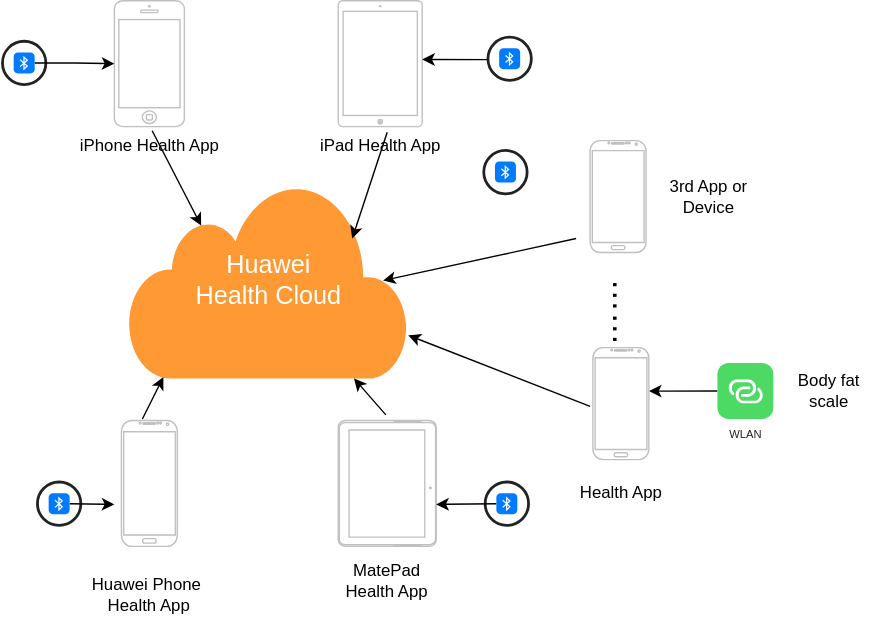
Earlier version of the draw.io export 运动健康云0层架构.drawio.svg (HuaHero/JavaGuide). Source tidied: cells renumbered, new cells last; positions are measured from the earlier drawing's top-left corner, leaving out a move shared by most shapes.
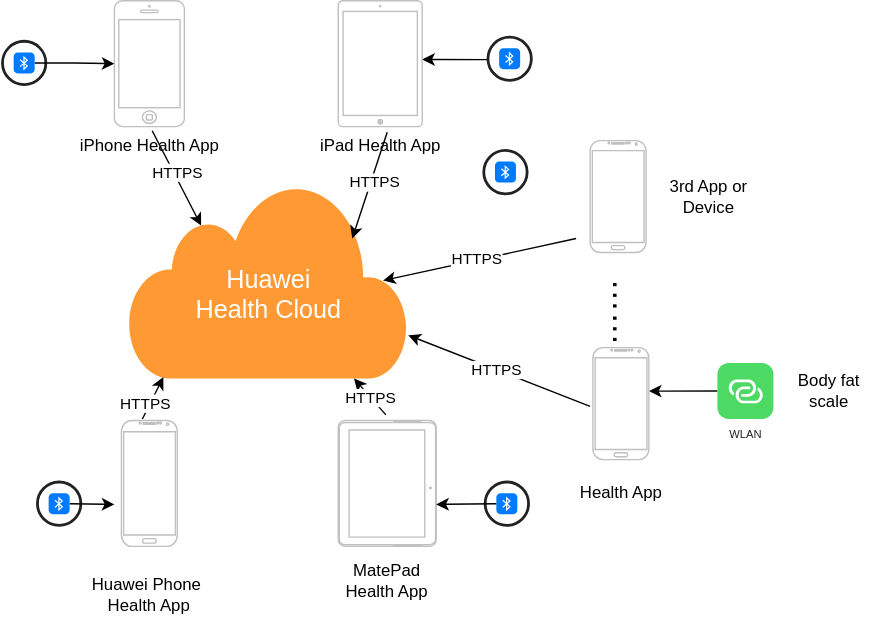
The same diagram one commit later.

Commit message:
更新运动健康云0层架构.drawio.svg

What changed in the source:
```diff
@@ -20,7 +20,7 @@
     <mxCell id="7" value="MatePad &lt;br&gt;Health App" style="text;html=1;strokeColor=none;fillColor=none;align=center;verticalAlign=middle;whiteSpace=wrap;rounded=0;" parent="1" vertex="1">
       <mxGeometry x="230" y="400" width="90" height="30" as="geometry" />
     </mxCell>
-    <mxCell id="8" value="&lt;font style=&quot;font-size: 18px;&quot;&gt;Huawei &lt;br&gt;Health Cloud&lt;/font&gt;" style="html=1;outlineConnect=0;fillColor=#FF9933;strokeColor=none;gradientColor=none;gradientDirection=north;strokeWidth=1;shape=mxgraph.networks.cloud;fontColor=#ffffff;" parent="1" vertex="1">
+    <mxCell id="8" value="&lt;font style=&quot;font-size: 18px;&quot;&gt;&lt;br&gt;Huawei &lt;br&gt;Health Cloud&lt;/font&gt;" style="html=1;outlineConnect=0;fillColor=#FF9933;strokeColor=none;gradientColor=none;gradientDirection=north;strokeWidth=1;shape=mxgraph.networks.cloud;fontColor=#ffffff;" parent="1" vertex="1">
       <mxGeometry x="90" y="130" width="200" height="140" as="geometry" />
     </mxCell>
     <mxCell id="9" style="endArrow=classic;html=1;rounded=0;entryX=0.91;entryY=0.5;entryDx=0;entryDy=0;entryPerimeter=0;" parent="1" edge="1" target="8">
@@ -28,18 +28,36 @@
         <mxPoint x="410" y="170" as="sourcePoint" />
       </mxGeometry>
     </mxCell>
+    <mxCell id="37" value="HTTPS" style="edgeLabel;html=1;align=center;verticalAlign=middle;" parent="9" vertex="1">
+      <mxGeometry x="0.03" relative="1" as="geometry">
+        <mxPoint y="-1" as="offset" />
+      </mxGeometry>
+    </mxCell>
     <mxCell id="10" style="endArrow=classic;html=1;rounded=0;entryX=0.26;entryY=0.22;entryDx=0;entryDy=0;entryPerimeter=0;exitX=0.54;exitY=1.033;exitDx=0;exitDy=0;exitPerimeter=0;" parent="1" edge="1" source="2" target="8">
       <mxGeometry relative="1" as="geometry" />
     </mxCell>
+    <mxCell id="38" value="HTTPS" style="edgeLabel;html=1;align=center;verticalAlign=middle;" parent="10" vertex="1">
+      <mxGeometry x="-0.1" y="1" relative="1" as="geometry">
+        <mxPoint x="1" as="offset" />
+      </mxGeometry>
+    </mxCell>
     <mxCell id="11" style="endArrow=classic;html=1;rounded=0;" parent="1" edge="1">
       <mxGeometry relative="1" as="geometry">
         <mxPoint x="100" y="299" as="sourcePoint" />
         <mxPoint x="115" y="269" as="targetPoint" />
       </mxGeometry>
     </mxCell>
+    <mxCell id="39" value="HTTPS" style="edgeLabel;html=1;align=center;verticalAlign=middle;" parent="11" vertex="1">
+      <mxGeometry x="-0.31" y="4" relative="1" as="geometry">
+        <mxPoint y="1" as="offset" />
+      </mxGeometry>
+    </mxCell>
     <mxCell id="12" style="endArrow=classic;html=1;rounded=0;exitX=0.486;exitY=-0.044;exitDx=0;exitDy=0;exitPerimeter=0;" parent="1" edge="1" source="6" target="8">
       <mxGeometry relative="1" as="geometry" />
     </mxCell>
+    <mxCell id="40" value="HTTPS" style="edgeLabel;html=1;align=center;verticalAlign=middle;" parent="12" vertex="1">
+      <mxGeometry x="-0.02" y="1" relative="1" as="geometry" />
+    </mxCell>
     <mxCell id="13" style="verticalLabelPosition=bottom;verticalAlign=top;html=1;shadow=0;dashed=0;strokeWidth=1;shape=mxgraph.android.phone2;strokeColor=#c0c0c0;" parent="1" vertex="1">
       <mxGeometry x="420" y="100" width="40" height="80" as="geometry" />
     </mxCell>
@@ -51,6 +69,9 @@
         <mxPoint x="420" y="290" as="sourcePoint" />
       </mxGeometry>
     </mxCell>
+    <mxCell id="41" value="HTTPS" style="edgeLabel;html=1;align=center;verticalAlign=middle;" parent="15" vertex="1">
+      <mxGeometry x="0.03" relative="1" as="geometry" />
+    </mxCell>
     <mxCell id="16" value="3rd App or Device" style="text;html=1;strokeColor=none;fillColor=none;align=center;verticalAlign=middle;whiteSpace=wrap;rounded=0;" parent="1" vertex="1">
       <mxGeometry x="475" y="125" width="60" height="30" as="geometry" />
     </mxCell>
@@ -62,6 +83,9 @@
         <mxPoint x="250" y="170" as="targetPoint" />
       </mxGeometry>
     </mxCell>
+    <mxCell id="42" value="HTTPS" style="edgeLabel;html=1;align=center;verticalAlign=middle;" parent="18" vertex="1">
+      <mxGeometry x="-0.07" y="2" relative="1" as="geometry" />
+    </mxCell>
     <mxCell id="19" style="html=1;verticalLabelPosition=bottom;labelBackgroundColor=#ffffff;verticalAlign=top;shadow=0;dashed=0;strokeWidth=2;shape=mxgraph.ios7.misc.circle;strokeColor=#222222;fillColor=none;" parent="1" vertex="1">
       <mxGeometry y="29" width="31" height="31" as="geometry" />
     </mxCell>
```
